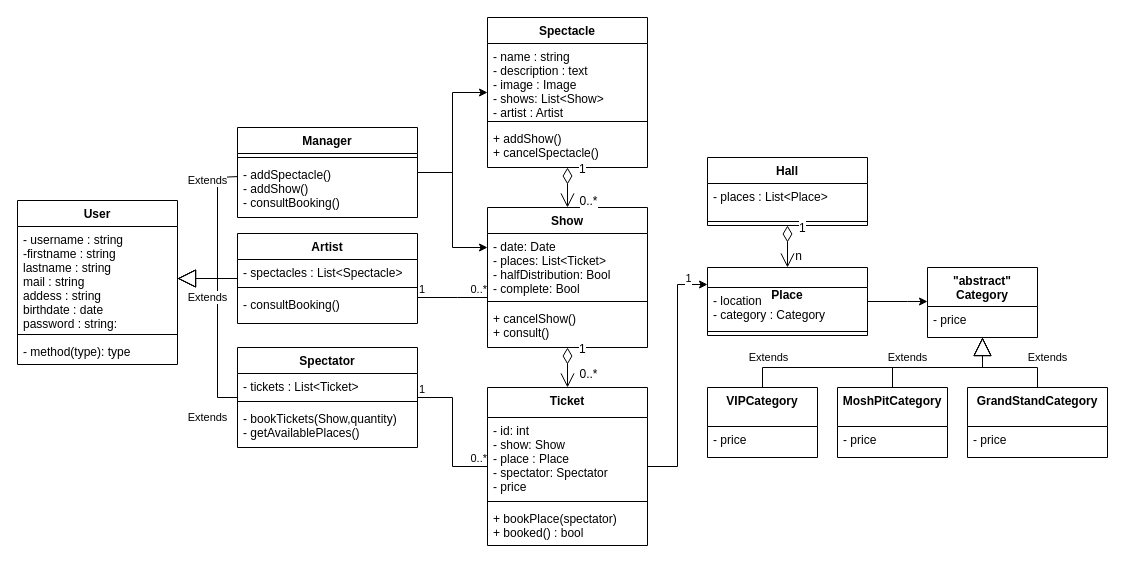
Before: page "diagramme de classe alégé" (6 of 9) of analyse/analyse.drawio in baptisteRiviere/SpectacleHallManagement, a draw.io diagram. Source tidied: cells renumbered, new cells numbered last; positions are measured from the earlier drawing's top-left corner, leaving out a move shared by most shapes. Both pictures are drawn from the tidied source at 100%, with x=0, y=0 at pixel (17, 17).
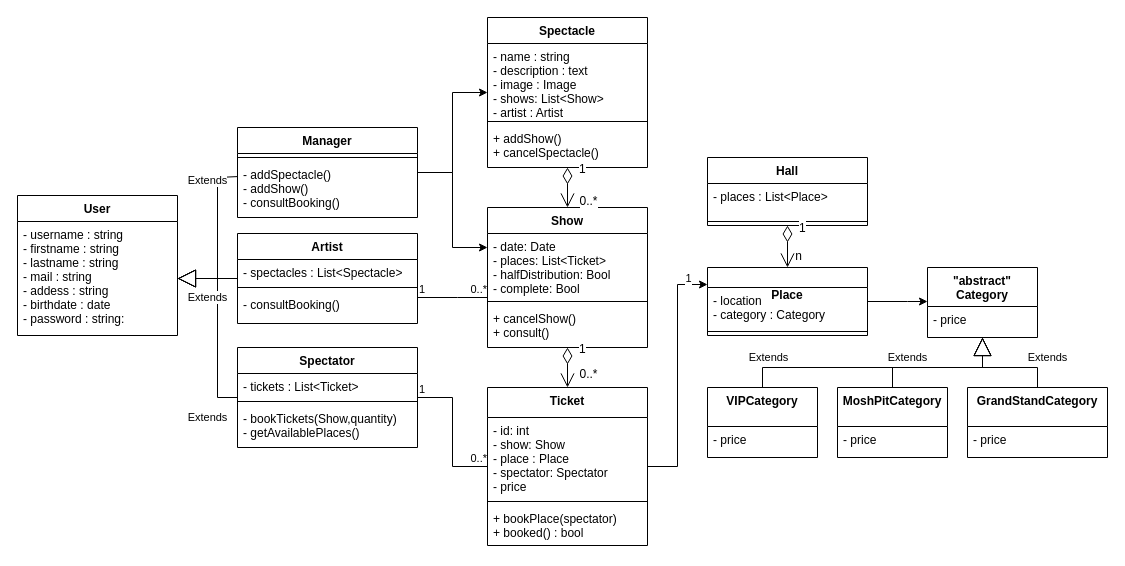
The same page after the edit.

Commit message:
Analyse : MAJ classe

The edit, as a diff of the source:
```diff
@@
     <mxCell id="2" value="User" style="swimlane;fontStyle=1;align=center;verticalAlign=top;horizontal=1;startSize=26;fontSize=12;fillColor=#FFFFFF;" parent="1" vertex="1">
-      <mxGeometry y="183" width="160" height="164" as="geometry" />
+      <mxGeometry y="178" width="160" height="140" as="geometry" />
     </mxCell>
-    <mxCell id="3" value="- username : string&#10;-firstname : string&#10;lastname : string&#10;mail : string&#10;addess : string&#10;birthdate : date&#10;password : string: &#10;&#10;&#10;" style="text;strokeColor=none;fillColor=none;align=left;verticalAlign=top;spacingLeft=4;spacingRight=4;overflow=hidden;points=[[0,0.5],[1,0.5]];portConstraint=eastwest;fontSize=12;" parent="2" vertex="1">
-      <mxGeometry y="26" width="160" height="104" as="geometry" />
+    <mxCell id="3" value="- username : string&#10;- firstname : string&#10;- lastname : string&#10;- mail : string&#10;- addess : string&#10;- birthdate : date&#10;- password : string: &#10;&#10;&#10;" style="text;strokeColor=none;fillColor=none;align=left;verticalAlign=top;spacingLeft=4;spacingRight=4;overflow=hidden;points=[[0,0.5],[1,0.5]];portConstraint=eastwest;fontSize=12;" parent="2" vertex="1">
+      <mxGeometry y="26" width="160" height="114" as="geometry" />
     </mxCell>
-    <mxCell id="4" style="line;strokeWidth=1;fillColor=none;align=left;verticalAlign=middle;spacingTop=-1;spacingLeft=3;spacingRight=3;labelPosition=right;strokeColor=inherit;fontSize=12;" parent="2" vertex="1">
-      <mxGeometry y="130" width="160" height="8" as="geometry" />
-    </mxCell>
-    <mxCell id="5" value="- method(type): type" style="text;strokeColor=none;fillColor=none;align=left;verticalAlign=top;spacingLeft=4;spacingRight=4;overflow=hidden;fontSize=12;" parent="2" vertex="1">
-      <mxGeometry y="138" width="160" height="26" as="geometry" />
-    </mxCell>
```
